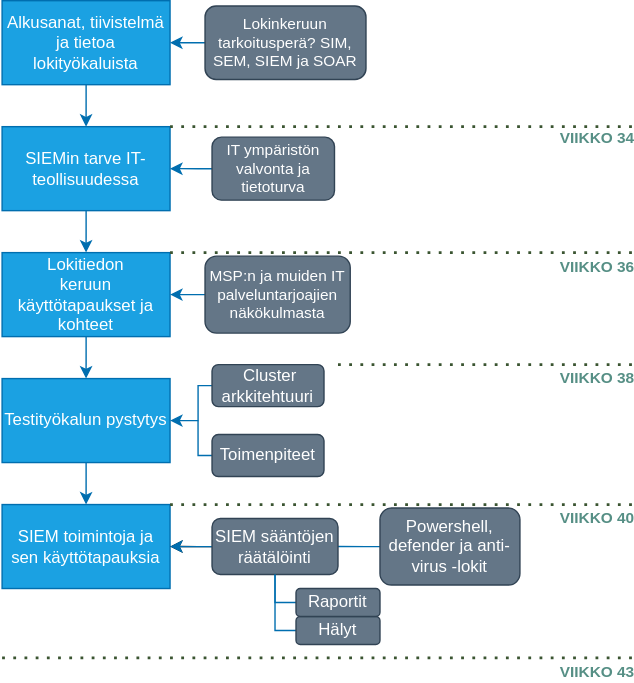
Before: oppari_scope.svg, a diagram exported from draw.io (hirsmaki/oppari). Source tidied: cells renumbered, new cells last; positions are measured from the earlier drawing's top-left corner, leaving out a move shared by most shapes.
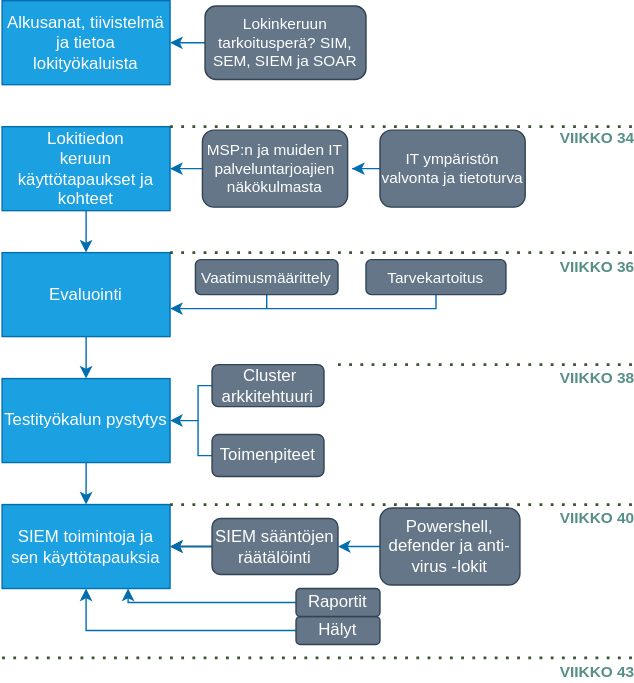
Later version of the same file.

Diff of the diagram source:
```diff
@@ -2,23 +2,20 @@
   <root>
     <mxCell id="0" />
     <mxCell id="1" parent="0" />
-    <mxCell id="2" style="edgeStyle=orthogonalEdgeStyle;rounded=0;jettySize=auto;html=1;entryX=0.5;entryY=0;entryDx=0;entryDy=0;fillColor=#1ba1e2;strokeColor=#006EAF;" parent="1" edge="1" source="3" target="7">
-      <mxGeometry relative="1" as="geometry" />
-    </mxCell>
+    <mxCell id="40" style="edgeStyle=orthogonalEdgeStyle;rounded=0;jettySize=auto;html=1;entryX=0.5;entryY=0;entryDx=0;entryDy=0;endArrow=classic;endFill=1;strokeColor=#006EAF;" parent="1" edge="1" source="3" target="9">
+      <mxGeometry relative="1" as="geometry" />
+    </mxCell>
-    <mxCell id="3" value="SIEMin tarve IT-teollisuudessa" style="whiteSpace=wrap;html=1;fillColor=#1ba1e2;strokeColor=#006EAF;fontColor=#ffffff;" parent="1" vertex="1">
-      <mxGeometry y="90" width="120" height="60" as="geometry" />
+    <mxCell id="3" value="Evaluointi" style="whiteSpace=wrap;html=1;fillColor=#1ba1e2;strokeColor=#006EAF;fontColor=#ffffff;" parent="1" vertex="1">
+      <mxGeometry y="180" width="120" height="60" as="geometry" />
     </mxCell>
-    <mxCell id="4" style="edgeStyle=orthogonalEdgeStyle;rounded=0;jettySize=auto;html=1;entryX=0.5;entryY=0;entryDx=0;entryDy=0;fillColor=#1ba1e2;strokeColor=#006EAF;" parent="1" edge="1" source="5" target="3">
-      <mxGeometry relative="1" as="geometry" />
-    </mxCell>
     <mxCell id="5" value="Alkusanat, tiivistelmä ja tietoa lokityökaluista" style="rounded=0;whiteSpace=wrap;html=1;fillColor=#1ba1e2;strokeColor=#006EAF;fontColor=#ffffff;" parent="1" vertex="1">
       <mxGeometry width="120" height="60" as="geometry" />
     </mxCell>
-    <mxCell id="6" style="edgeStyle=orthogonalEdgeStyle;rounded=0;jettySize=auto;html=1;entryX=0.5;entryY=0;entryDx=0;entryDy=0;fillColor=#1ba1e2;strokeColor=#006EAF;" parent="1" edge="1" source="7" target="9">
-      <mxGeometry relative="1" as="geometry" />
-    </mxCell>
+    <mxCell id="41" style="edgeStyle=orthogonalEdgeStyle;rounded=0;jettySize=auto;html=1;entryX=0.5;entryY=0;entryDx=0;entryDy=0;endArrow=classic;endFill=1;strokeColor=#006EAF;" parent="1" edge="1" source="7" target="3">
+      <mxGeometry relative="1" as="geometry" />
+    </mxCell>
     <mxCell id="7" value="Lokitiedon&lt;br&gt;keruun käyttötapaukset ja kohteet" style="rounded=0;whiteSpace=wrap;html=1;fillColor=#1ba1e2;strokeColor=#006EAF;fontColor=#ffffff;" parent="1" vertex="1">
-      <mxGeometry y="180" width="120" height="60" as="geometry" />
+      <mxGeometry y="90" width="120" height="60" as="geometry" />
     </mxCell>
     <mxCell id="8" style="edgeStyle=orthogonalEdgeStyle;rounded=0;jettySize=auto;html=1;entryX=0.5;entryY=0;entryDx=0;entryDy=0;fillColor=#1ba1e2;strokeColor=#006EAF;" parent="1" edge="1" source="9" target="10">
       <mxGeometry relative="1" as="geometry" />
@@ -40,7 +37,7 @@
     <mxCell id="12" value="&amp;nbsp;Cluster arkkitehtuuri" style="rounded=1;whiteSpace=wrap;html=1;fillColor=#647687;strokeColor=#314354;fontColor=#ffffff;" parent="1" vertex="1">
       <mxGeometry x="150" y="260" width="80" height="30" as="geometry" />
     </mxCell>
-    <mxCell id="13" style="edgeStyle=orthogonalEdgeStyle;rounded=0;jettySize=auto;html=1;entryX=1;entryY=0.5;entryDx=0;entryDy=0;endArrow=none;endFill=0;fillColor=#1ba1e2;strokeColor=#006EAF;" parent="1" edge="1" source="14" target="17">
+    <mxCell id="13" style="edgeStyle=orthogonalEdgeStyle;rounded=0;jettySize=auto;html=1;entryX=1;entryY=0.5;entryDx=0;entryDy=0;endArrow=classic;endFill=1;fillColor=#1ba1e2;strokeColor=#006EAF;" parent="1" edge="1" source="14" target="17">
       <mxGeometry relative="1" as="geometry" />
     </mxCell>
     <mxCell id="14" value="Powershell, defender ja anti-virus -lokit" style="rounded=1;whiteSpace=wrap;html=1;fillColor=#647687;strokeColor=#314354;fontColor=#ffffff;" parent="1" vertex="1">
@@ -55,10 +52,11 @@
     <mxCell id="17" value="SIEM sääntöjen räätälöinti" style="rounded=1;whiteSpace=wrap;html=1;fillColor=#647687;strokeColor=#314354;fontColor=#ffffff;" parent="1" vertex="1">
       <mxGeometry x="150" y="370" width="90" height="40" as="geometry" />
     </mxCell>
-    <mxCell id="18" style="edgeStyle=orthogonalEdgeStyle;rounded=0;jettySize=auto;html=1;entryX=0.5;entryY=1;entryDx=0;entryDy=0;endArrow=none;endFill=0;fillColor=#1ba1e2;strokeColor=#006EAF;" parent="1" edge="1" source="19" target="17">
+    <mxCell id="18" style="edgeStyle=orthogonalEdgeStyle;rounded=0;jettySize=auto;html=1;endArrow=classic;endFill=1;fillColor=#1ba1e2;strokeColor=#006EAF;" parent="1" edge="1" source="19">
       <mxGeometry relative="1" as="geometry">
+        <mxPoint x="60" y="420" as="targetPoint" />
         <Array as="points">
-          <mxPoint x="195" y="450" />
+          <mxPoint x="60" y="450" />
         </Array>
       </mxGeometry>
     </mxCell>
@@ -71,22 +69,18 @@
     <mxCell id="21" value="Lokinkeruun tarkoitusperä? SIM, SEM, SIEM ja SOAR" style="rounded=1;whiteSpace=wrap;html=1;fillColor=#647687;fontSize=11;strokeColor=#314354;fontColor=#ffffff;" parent="1" vertex="1">
       <mxGeometry x="145" y="3.8" width="115" height="52.5" as="geometry" />
     </mxCell>
-    <mxCell id="22" style="edgeStyle=orthogonalEdgeStyle;rounded=0;jettySize=auto;html=1;entryX=1;entryY=0.5;entryDx=0;entryDy=0;fontSize=11;fillColor=#1ba1e2;strokeColor=#006EAF;" parent="1" edge="1" source="23" target="3">
-      <mxGeometry relative="1" as="geometry" />
-    </mxCell>
-    <mxCell id="23" value="IT ympäristön valvonta ja tietoturva" style="rounded=1;whiteSpace=wrap;html=1;fillColor=#647687;fontSize=11;strokeColor=#314354;fontColor=#ffffff;" parent="1" vertex="1">
-      <mxGeometry x="150" y="97.5" width="87.5" height="45" as="geometry" />
-    </mxCell>
     <mxCell id="24" style="edgeStyle=orthogonalEdgeStyle;rounded=0;jettySize=auto;html=1;entryX=1;entryY=0.5;entryDx=0;entryDy=0;fontSize=11;fillColor=#1ba1e2;strokeColor=#006EAF;" parent="1" edge="1" source="25" target="7">
       <mxGeometry relative="1" as="geometry" />
     </mxCell>
     <mxCell id="25" value="MSP:n ja muiden IT palveluntarjoajien näkökulmasta" style="rounded=1;whiteSpace=wrap;html=1;fontSize=11;fillColor=#647687;strokeColor=#314354;fontColor=#ffffff;" parent="1" vertex="1">
-      <mxGeometry x="145" y="182.5" width="103.8" height="55" as="geometry" />
+      <mxGeometry x="143.1" y="92.5" width="103.8" height="55" as="geometry" />
     </mxCell>
-    <mxCell id="26" style="edgeStyle=orthogonalEdgeStyle;rounded=0;jettySize=auto;html=1;entryX=0.5;entryY=1;entryDx=0;entryDy=0;endArrow=none;endFill=0;fillColor=#1ba1e2;strokeColor=#006EAF;" parent="1" edge="1" source="27" target="17">
+    <mxCell id="26" style="edgeStyle=orthogonalEdgeStyle;rounded=0;jettySize=auto;html=1;endArrow=classic;endFill=1;fillColor=#1ba1e2;strokeColor=#006EAF;" parent="1" edge="1" source="27">
       <mxGeometry relative="1" as="geometry">
+        <mxPoint x="90" y="420" as="targetPoint" />
         <Array as="points">
-          <mxPoint x="195" y="430" />
+          <mxPoint x="90" y="430" />
+          <mxPoint x="90" y="420" />
         </Array>
       </mxGeometry>
     </mxCell>
@@ -154,5 +148,35 @@
     <mxCell id="39" value="VIIKKO 43" style="edgeLabel;html=1;align=center;verticalAlign=middle;fontStyle=1;labelBackgroundColor=none;fontColor=#568F85;" parent="1" vertex="1">
       <mxGeometry x="425" y="480" as="geometry" />
     </mxCell>
+    <mxCell id="42" style="edgeStyle=orthogonalEdgeStyle;rounded=0;jettySize=auto;html=1;endArrow=classic;endFill=1;strokeColor=#006EAF;" parent="1" edge="1" source="23">
+      <mxGeometry relative="1" as="geometry">
+        <mxPoint x="250" y="120" as="targetPoint" />
+      </mxGeometry>
+    </mxCell>
+    <mxCell id="23" value="IT ympäristön valvonta ja tietoturva" style="rounded=1;whiteSpace=wrap;html=1;fontSize=11;fillColor=#647687;strokeColor=#314354;fontColor=#ffffff;" parent="1" vertex="1">
+      <mxGeometry x="270" y="92.5" width="103.8" height="55" as="geometry" />
+    </mxCell>
+    <mxCell id="43" style="edgeStyle=orthogonalEdgeStyle;rounded=0;jettySize=auto;html=1;endArrow=none;endFill=0;strokeColor=#006EAF;" parent="1" edge="1" source="44">
+      <mxGeometry relative="1" as="geometry">
+        <mxPoint x="189" y="220" as="targetPoint" />
+        <Array as="points">
+          <mxPoint x="189" y="220" />
+          <mxPoint x="189" y="220" />
+        </Array>
+      </mxGeometry>
+    </mxCell>
+    <mxCell id="44" value="Vaatimusmäärittely" style="rounded=1;whiteSpace=wrap;html=1;fontSize=11;fillColor=#647687;strokeColor=#314354;fontColor=#ffffff;" parent="1" vertex="1">
+      <mxGeometry x="138.1" y="185" width="101.9" height="25" as="geometry" />
+    </mxCell>
+    <mxCell id="45" style="edgeStyle=orthogonalEdgeStyle;rounded=0;jettySize=auto;html=1;endArrow=classic;endFill=1;strokeColor=#006EAF;" parent="1" edge="1" source="46" target="3">
+      <mxGeometry relative="1" as="geometry">
+        <Array as="points">
+          <mxPoint x="310" y="220" />
+        </Array>
+      </mxGeometry>
+    </mxCell>
+    <mxCell id="46" value="Tarvekartoitus" style="rounded=1;whiteSpace=wrap;html=1;fontSize=11;fillColor=#647687;strokeColor=#314354;fontColor=#ffffff;" parent="1" vertex="1">
+      <mxGeometry x="260" y="185" width="100" height="25" as="geometry" />
+    </mxCell>
   </root>
 </mxGraphModel>
```
